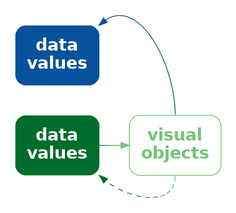
Earlier version of the Graphviz export _book/Diagrams/obj-dissonant-decode.png (pmur002/hdvw). Its source is kept beside it as Diagrams/obj-dissonant-decode.dot. The source it was exported from:
```dot
digraph {
  graph [ rankdir=LR; margin=.2; nodesep=.5 ];
  node [ fontsize=20; fontname="sans bold"; margin=.2 ];
  diss [ label="data\nvalues"; shape=box; style="filled, rounded"; penwidth=0; fontcolor=white; fillcolor="#08519C" ]
  data [ label="data\nvalues"; shape=box; style="filled, rounded"; penwidth=0; fontcolor=white; fillcolor="#006D2C" ]
  obj [ label="visual\nobjects"; shape=box;
     style="rounded"; color="#74C476"; fontcolor="#74C476" ]
  data -> obj [ style="bold"; penwidth=1; color="#006D2C;0.1:#0D7734;0.1:#1A803C;0.1:#278A45;0.1:#34944D;0.1:#409D55;0.1:#4DA75D;0.1:#5AB166;0.1:#67BA6E;0.1:#74C476;0.1" ]
  obj:n -> diss:ne [ style="solid", color="#006D2C;0.1:#016A38;0.1:#026745;0.1:#036451;0.1:#04615E;0.1:#045D6A;0.1:#055A77;0.1:#065783;0.1:#075490;0.1:#08519C;0.1" ]
  obj:s -> data:se [ style="dashed", color="#74C476;0.1:#67BA6E;0.1:#5AB166;0.1:#4DA75D;0.1:#409D55;0.1:#34944D;0.1:#278A45;0.1:#1A803C;0.1:#0D7734;0.1:#006D2C;0.1" ]
{ rank=same; data, diss }
}
```
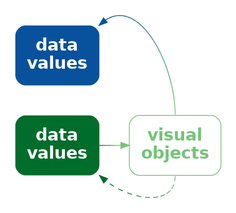
Later version of the same file.

What changed in the source:
```diff
@@ -6,7 +6,7 @@
   obj [ label="visual\nobjects"; shape=box;
      style="rounded"; color="#74C476"; fontcolor="#74C476" ]
   data -> obj [ style="bold"; penwidth=1; color="#006D2C;0.1:#0D7734;0.1:#1A803C;0.1:#278A45;0.1:#34944D;0.1:#409D55;0.1:#4DA75D;0.1:#5AB166;0.1:#67BA6E;0.1:#74C476;0.1" ]
-  obj:n -> diss:ne [ style="solid", color="#006D2C;0.1:#016A38;0.1:#026745;0.1:#036451;0.1:#04615E;0.1:#045D6A;0.1:#055A77;0.1:#065783;0.1:#075490;0.1:#08519C;0.1" ]
+  obj:n -> diss:ne [ style="solid", color="#74C476;0.1:#68B77A;0.1:#5CAA7E;0.1:#509E83;0.1:#449187;0.1:#38848B;0.1:#2C778F;0.1:#206B94;0.1:#145E98;0.1:#08519C;0.1" ]
   obj:s -> data:se [ style="dashed", color="#74C476;0.1:#67BA6E;0.1:#5AB166;0.1:#4DA75D;0.1:#409D55;0.1:#34944D;0.1:#278A45;0.1:#1A803C;0.1:#0D7734;0.1:#006D2C;0.1" ]
 { rank=same; data, diss }
 }
```
